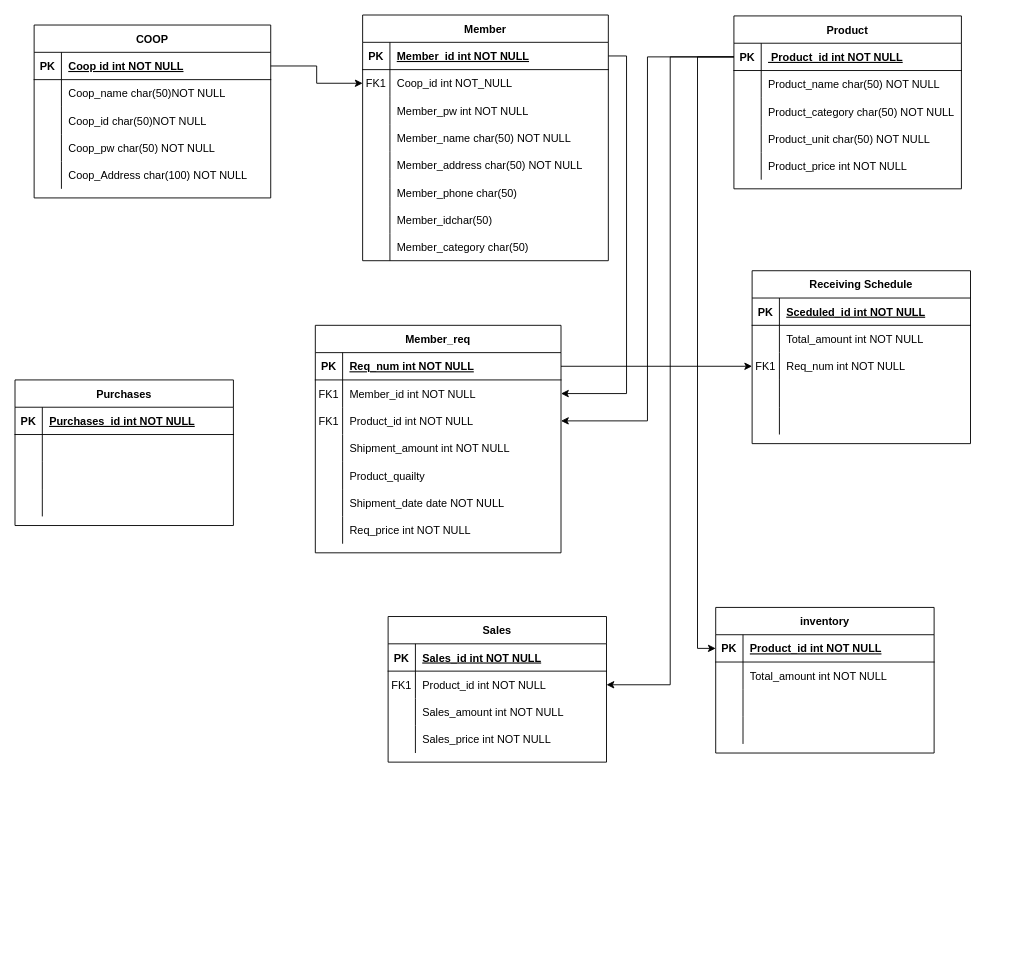
Earlier version of the draw.io diagram ERP-ERD.drawio (Now-Hyeok/CoopERP). Source tidied: cells renumbered, new cells numbered last; positions are measured from the earlier drawing's top-left corner, leaving out a move shared by most shapes. Both pictures are drawn from the tidied source at 91%, with x=0, y=0 at pixel (15, 15).
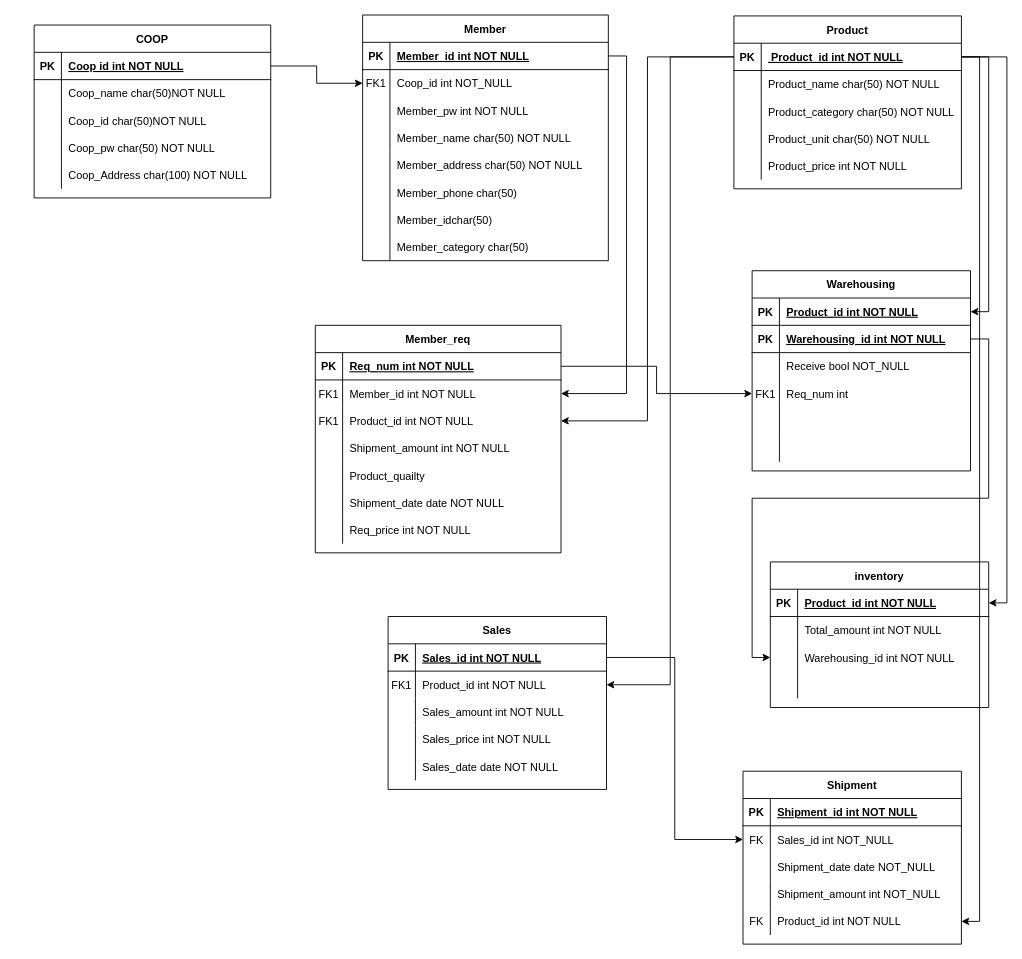
The same page after the edit.

Unchanged cells that the change refers to:
```xml
<mxCell id="60" style="shape=tableRow;horizontal=0;startSize=0;swimlaneHead=0;swimlaneBody=0;fillColor=none;points=[[0,0.5],[1,0.5]];portConstraint=eastwest;top=0;left=0;right=0;bottom=1;" parent="59" vertex="1">
  <mxGeometry y="30" width="250" height="30" as="geometry" />
</mxCell>
<mxCell id="76" style="shape=tableRow;horizontal=0;startSize=0;swimlaneHead=0;swimlaneBody=0;fillColor=none;points=[[0,0.5],[1,0.5]];portConstraint=eastwest;top=0;left=0;right=0;bottom=1;" parent="75" vertex="1">
  <mxGeometry y="30" width="240" height="30" as="geometry" />
</mxCell>
<mxCell id="79" style="shape=tableRow;horizontal=0;startSize=0;swimlaneHead=0;swimlaneBody=0;fillColor=none;points=[[0,0.5],[1,0.5]];portConstraint=eastwest;top=0;left=0;right=0;bottom=0;" parent="75" vertex="1">
  <mxGeometry y="60" width="240" height="30" as="geometry" />
</mxCell>
<mxCell id="89" style="shape=tableRow;horizontal=0;startSize=0;swimlaneHead=0;swimlaneBody=0;fillColor=none;top=0;left=0;right=0;bottom=1;" parent="88" vertex="1">
  <mxGeometry y="30" width="240" height="30" as="geometry" />
</mxCell>
<mxCell id="92" style="shape=tableRow;horizontal=0;startSize=0;swimlaneHead=0;swimlaneBody=0;fillColor=none;points=[[0,0.5],[1,0.5]];portConstraint=eastwest;top=0;left=0;right=0;bottom=0;" parent="88" vertex="1">
  <mxGeometry y="60" width="240" height="30" as="geometry" />
</mxCell>
<mxCell id="95" style="shape=tableRow;horizontal=0;startSize=0;swimlaneHead=0;swimlaneBody=0;fillColor=none;top=0;left=0;right=0;bottom=0;" parent="88" vertex="1">
  <mxGeometry y="90" width="240" height="30" as="geometry" />
</mxCell>
<mxCell id="98" style="shape=tableRow;horizontal=0;startSize=0;swimlaneHead=0;swimlaneBody=0;fillColor=none;top=0;left=0;right=0;bottom=0;" parent="88" vertex="1">
  <mxGeometry y="120" width="240" height="30" as="geometry" />
</mxCell>
<mxCell id="128" style="shape=tableRow;horizontal=0;startSize=0;swimlaneHead=0;swimlaneBody=0;fillColor=none;points=[[0,0.5],[1,0.5]];portConstraint=eastwest;top=0;left=0;right=0;bottom=1;" parent="127" vertex="1">
  <mxGeometry y="30" width="240" height="30" as="geometry" />
</mxCell>
<mxCell id="134" style="shape=tableRow;horizontal=0;startSize=0;swimlaneHead=0;swimlaneBody=0;fillColor=none;points=[[0,0.5],[1,0.5]];portConstraint=eastwest;top=0;left=0;right=0;bottom=0;" parent="127" vertex="1">
  <mxGeometry y="90" width="240" height="30" as="geometry" />
</mxCell>
```

The edit, as a diff of the source:
```diff
@@
-    <mxCell id="43" value="Receiving Schedule" style="shape=table;startSize=30;childLayout=tableLayout;rowLines=0;fontStyle=1;align=center;" parent="1" vertex="1">
-      <mxGeometry x="810" y="281" width="240" height="190" as="geometry" />
+    <mxCell id="43" value="Warehousing" style="shape=table;startSize=30;childLayout=tableLayout;rowLines=0;fontStyle=1;align=center;" parent="1" vertex="1">
+      <mxGeometry x="810" y="281" width="240" height="220" as="geometry" />
     </mxCell>
+    <mxCell id="142" style="shape=tableRow;horizontal=0;startSize=0;swimlaneHead=0;swimlaneBody=0;fillColor=none;points=[[0,0.5],[1,0.5]];portConstraint=eastwest;top=0;left=0;right=0;bottom=1;" parent="43" vertex="1">
+      <mxGeometry y="30" width="240" height="30" as="geometry" />
+    </mxCell>
+    <mxCell id="143" value="PK" style="shape=partialRectangle;fillColor=none;top=0;left=0;bottom=0;right=0;fontStyle=1;overflow=hidden;" parent="142" vertex="1">
+      <mxGeometry width="30" height="30" as="geometry" />
+    </mxCell>
+    <mxCell id="144" value="Product_id int NOT NULL" style="shape=partialRectangle;fillColor=none;top=0;left=0;bottom=0;right=0;align=left;spacingLeft=6;fontStyle=5;overflow=hidden;" parent="142" vertex="1">
+      <mxGeometry x="30" width="210" height="30" as="geometry" />
+    </mxCell>
     <mxCell id="44" style="shape=tableRow;horizontal=0;startSize=0;swimlaneHead=0;swimlaneBody=0;fillColor=none;points=[[0,0.5],[1,0.5]];portConstraint=eastwest;top=0;left=0;right=0;bottom=1;" parent="43" vertex="1">
-      <mxGeometry y="30" width="240" height="30" as="geometry" />
+      <mxGeometry y="60" width="240" height="30" as="geometry" />
     </mxCell>
@@
-    <mxCell id="46" value="Sceduled_id int NOT NULL" style="shape=partialRectangle;fillColor=none;top=0;left=0;bottom=0;right=0;align=left;spacingLeft=6;fontStyle=5;overflow=hidden;" parent="44" vertex="1">
+    <mxCell id="46" value="Warehousing_id int NOT NULL" style="shape=partialRectangle;fillColor=none;top=0;left=0;bottom=0;right=0;align=left;spacingLeft=6;fontStyle=5;overflow=hidden;" parent="44" vertex="1">
       <mxGeometry x="30" width="210" height="30" as="geometry" />
     </mxCell>
     <mxCell id="47" style="shape=tableRow;horizontal=0;startSize=0;swimlaneHead=0;swimlaneBody=0;fillColor=none;top=0;left=0;right=0;bottom=0;" parent="43" vertex="1">
-      <mxGeometry y="60" width="240" height="30" as="geometry" />
+      <mxGeometry y="90" width="240" height="30" as="geometry" />
     </mxCell>
@@
-    <mxCell id="49" value="Total_amount int NOT NULL" style="shape=partialRectangle;fillColor=none;top=0;left=0;bottom=0;right=0;align=left;spacingLeft=6;overflow=hidden;" parent="47" vertex="1">
+    <mxCell id="49" value="Receive bool NOT_NULL" style="shape=partialRectangle;fillColor=none;top=0;left=0;bottom=0;right=0;align=left;spacingLeft=6;overflow=hidden;" parent="47" vertex="1">
       <mxGeometry x="30" width="210" height="30" as="geometry" />
     </mxCell>
     <mxCell id="50" style="shape=tableRow;horizontal=0;startSize=0;swimlaneHead=0;swimlaneBody=0;fillColor=none;points=[[0,0.5],[1,0.5]];portConstraint=eastwest;top=0;left=0;right=0;bottom=0;" parent="43" vertex="1">
-      <mxGeometry y="90" width="240" height="30" as="geometry" />
+      <mxGeometry y="120" width="240" height="30" as="geometry" />
     </mxCell>
@@
-    <mxCell id="52" value="Req_num int NOT NULL" style="shape=partialRectangle;fillColor=none;top=0;left=0;bottom=0;right=0;align=left;spacingLeft=6;overflow=hidden;" parent="50" vertex="1">
+    <mxCell id="52" value="Req_num int" style="shape=partialRectangle;fillColor=none;top=0;left=0;bottom=0;right=0;align=left;spacingLeft=6;overflow=hidden;" parent="50" vertex="1">
       <mxGeometry x="30" width="210" height="30" as="geometry" />
     </mxCell>
     <mxCell id="53" style="shape=tableRow;horizontal=0;startSize=0;swimlaneHead=0;swimlaneBody=0;fillColor=none;top=0;left=0;right=0;bottom=0;" parent="43" vertex="1">
-      <mxGeometry y="120" width="240" height="30" as="geometry" />
+      <mxGeometry y="150" width="240" height="30" as="geometry" />
     </mxCell>
@@
     <mxCell id="56" style="shape=tableRow;horizontal=0;startSize=0;swimlaneHead=0;swimlaneBody=0;fillColor=none;top=0;left=0;right=0;bottom=0;" parent="43" vertex="1">
-      <mxGeometry y="150" width="240" height="30" as="geometry" />
+      <mxGeometry y="180" width="240" height="30" as="geometry" />
     </mxCell>
@@
     <mxCell id="75" value="Sales" style="shape=table;startSize=30;childLayout=tableLayout;rowLines=0;fontStyle=1;align=center;" parent="1" vertex="1">
-      <mxGeometry x="410" y="661" width="240" height="160" as="geometry" />
+      <mxGeometry x="410" y="661" width="240" height="190" as="geometry" />
     </mxCell>
@@
+    <mxCell id="145" style="shape=tableRow;horizontal=0;startSize=0;swimlaneHead=0;swimlaneBody=0;fillColor=none;top=0;left=0;right=0;bottom=0;" parent="75" vertex="1">
+      <mxGeometry y="150" width="240" height="30" as="geometry" />
+    </mxCell>
+    <mxCell id="146" style="shape=partialRectangle;fillColor=none;top=0;left=0;bottom=0;right=0;overflow=hidden;" parent="145" vertex="1">
+      <mxGeometry width="30" height="30" as="geometry" />
+    </mxCell>
+    <mxCell id="147" value="Sales_date date NOT NULL" style="shape=partialRectangle;fillColor=none;top=0;left=0;bottom=0;right=0;align=left;spacingLeft=6;overflow=hidden;" parent="145" vertex="1">
+      <mxGeometry x="30" width="210" height="30" as="geometry" />
+    </mxCell>
-    <mxCell id="88" value="Purchases" style="shape=table;startSize=30;childLayout=tableLayout;rowLines=0;fontStyle=1;align=center;" parent="1" vertex="1">
-      <mxGeometry y="401" width="240" height="160" as="geometry" />
+    <mxCell id="88" value="Shipment" style="shape=table;startSize=30;childLayout=tableLayout;rowLines=0;fontStyle=1;align=center;" parent="1" vertex="1">
+      <mxGeometry x="800" y="831" width="240" height="190" as="geometry" />
     </mxCell>
@@
-    <mxCell id="91" value="Purchases_id int NOT NULL" style="shape=partialRectangle;fillColor=none;top=0;left=0;bottom=0;right=0;align=left;spacingLeft=6;fontStyle=5;overflow=hidden;" parent="89" vertex="1">
+    <mxCell id="91" value="Shipment_id int NOT NULL" style="shape=partialRectangle;fillColor=none;top=0;left=0;bottom=0;right=0;align=left;spacingLeft=6;fontStyle=5;overflow=hidden;" parent="89" vertex="1">
       <mxGeometry x="30" width="210" height="30" as="geometry" />
     </mxCell>
@@
-    <mxCell id="93" style="shape=partialRectangle;fillColor=none;top=0;left=0;bottom=0;right=0;overflow=hidden;" parent="92" vertex="1">
+    <mxCell id="93" value="FK" style="shape=partialRectangle;fillColor=none;top=0;left=0;bottom=0;right=0;overflow=hidden;" parent="92" vertex="1">
       <mxGeometry width="30" height="30" as="geometry" />
     </mxCell>
-    <mxCell id="94" style="shape=partialRectangle;fillColor=none;top=0;left=0;bottom=0;right=0;align=left;spacingLeft=6;overflow=hidden;" parent="92" vertex="1">
+    <mxCell id="94" value="Sales_id int NOT_NULL" style="shape=partialRectangle;fillColor=none;top=0;left=0;bottom=0;right=0;align=left;spacingLeft=6;overflow=hidden;" parent="92" vertex="1">
       <mxGeometry x="30" width="210" height="30" as="geometry" />
     </mxCell>
@@
-    <mxCell id="97" style="shape=partialRectangle;fillColor=none;top=0;left=0;bottom=0;right=0;align=left;spacingLeft=6;overflow=hidden;" parent="95" vertex="1">
+    <mxCell id="97" value="Shipment_date date NOT_NULL" style="shape=partialRectangle;fillColor=none;top=0;left=0;bottom=0;right=0;align=left;spacingLeft=6;overflow=hidden;" parent="95" vertex="1">
       <mxGeometry x="30" width="210" height="30" as="geometry" />
     </mxCell>
@@
-    <mxCell id="100" style="shape=partialRectangle;fillColor=none;top=0;left=0;bottom=0;right=0;align=left;spacingLeft=6;overflow=hidden;" parent="98" vertex="1">
+    <mxCell id="100" value="Shipment_amount int NOT_NULL" style="shape=partialRectangle;fillColor=none;top=0;left=0;bottom=0;right=0;align=left;spacingLeft=6;overflow=hidden;" parent="98" vertex="1">
       <mxGeometry x="30" width="210" height="30" as="geometry" />
     </mxCell>
+    <mxCell id="148" style="shape=tableRow;horizontal=0;startSize=0;swimlaneHead=0;swimlaneBody=0;fillColor=none;points=[[0,0.5],[1,0.5]];portConstraint=eastwest;top=0;left=0;right=0;bottom=0;" parent="88" vertex="1">
+      <mxGeometry y="150" width="240" height="30" as="geometry" />
+    </mxCell>
+    <mxCell id="149" value="FK" style="shape=partialRectangle;fillColor=none;top=0;left=0;bottom=0;right=0;overflow=hidden;" parent="148" vertex="1">
+      <mxGeometry width="30" height="30" as="geometry" />
+    </mxCell>
+    <mxCell id="150" value="Product_id int NOT NULL" style="shape=partialRectangle;fillColor=none;top=0;left=0;bottom=0;right=0;align=left;spacingLeft=6;overflow=hidden;" parent="148" vertex="1">
+      <mxGeometry x="30" width="210" height="30" as="geometry" />
+    </mxCell>
@@
     <mxCell id="127" value="inventory" style="shape=table;startSize=30;childLayout=tableLayout;rowLines=0;fontStyle=1;align=center;" parent="1" vertex="1">
-      <mxGeometry x="770" y="651" width="240" height="160" as="geometry" />
+      <mxGeometry x="830" y="601" width="240" height="160" as="geometry" />
     </mxCell>
@@
-    <mxCell id="136" style="shape=partialRectangle;fillColor=none;top=0;left=0;bottom=0;right=0;align=left;spacingLeft=6;overflow=hidden;" parent="134" vertex="1">
+    <mxCell id="136" value="Warehousing_id int NOT NULL" style="shape=partialRectangle;fillColor=none;top=0;left=0;bottom=0;right=0;align=left;spacingLeft=6;overflow=hidden;" parent="134" vertex="1">
       <mxGeometry x="30" width="210" height="30" as="geometry" />
     </mxCell>
@@
+    <mxCell id="141" style="edgeStyle=orthogonalEdgeStyle;rounded=0;jettySize=auto;html=1;entryX=1;entryY=0.5;entryDx=0;entryDy=0;" parent="1" edge="1" source="60" target="79">
+      <mxGeometry relative="1" as="geometry" />
+    </mxCell>
-    <mxCell id="140" style="edgeStyle=orthogonalEdgeStyle;rounded=0;jettySize=auto;html=1;entryX=0;entryY=0.5;entryDx=0;entryDy=0;" parent="1" edge="1" source="60" target="128">
-      <mxGeometry relative="1" as="geometry">
-        <Array as="points">
-          <mxPoint x="750" y="46" />
-          <mxPoint x="750" y="696" />
-        </Array>
-      </mxGeometry>
+    <mxCell id="140" style="edgeStyle=orthogonalEdgeStyle;rounded=0;jettySize=auto;html=1;entryX=1;entryY=0.5;entryDx=0;entryDy=0;" parent="1" edge="1" source="60" target="128">
+      <mxGeometry relative="1" as="geometry" />
     </mxCell>
-    <mxCell id="141" style="edgeStyle=orthogonalEdgeStyle;rounded=0;jettySize=auto;html=1;entryX=1;entryY=0.5;entryDx=0;entryDy=0;" parent="1" edge="1" source="60" target="79">
-      <mxGeometry relative="1" as="geometry" />
-    </mxCell>
+    <mxCell id="151" style="edgeStyle=orthogonalEdgeStyle;rounded=0;jettySize=auto;html=1;exitX=1;exitY=0.5;exitDx=0;exitDy=0;entryX=1;entryY=0.5;entryDx=0;entryDy=0;" parent="1" edge="1" source="60" target="142">
+      <mxGeometry relative="1" as="geometry" />
+    </mxCell>
+    <mxCell id="152" style="edgeStyle=orthogonalEdgeStyle;rounded=0;jettySize=auto;html=1;" parent="1" edge="1" source="44" target="134">
+      <mxGeometry relative="1" as="geometry" />
+    </mxCell>
+    <mxCell id="153" style="edgeStyle=orthogonalEdgeStyle;rounded=0;jettySize=auto;html=1;exitX=1;exitY=0.5;exitDx=0;exitDy=0;entryX=0;entryY=0.5;entryDx=0;entryDy=0;" parent="1" edge="1" source="76" target="92">
+      <mxGeometry relative="1" as="geometry" />
+    </mxCell>
+    <mxCell id="154" style="edgeStyle=orthogonalEdgeStyle;rounded=0;jettySize=auto;html=1;entryX=1;entryY=0.5;entryDx=0;entryDy=0;" parent="1" edge="1" source="60" target="148">
+      <mxGeometry relative="1" as="geometry" />
+    </mxCell>
```
